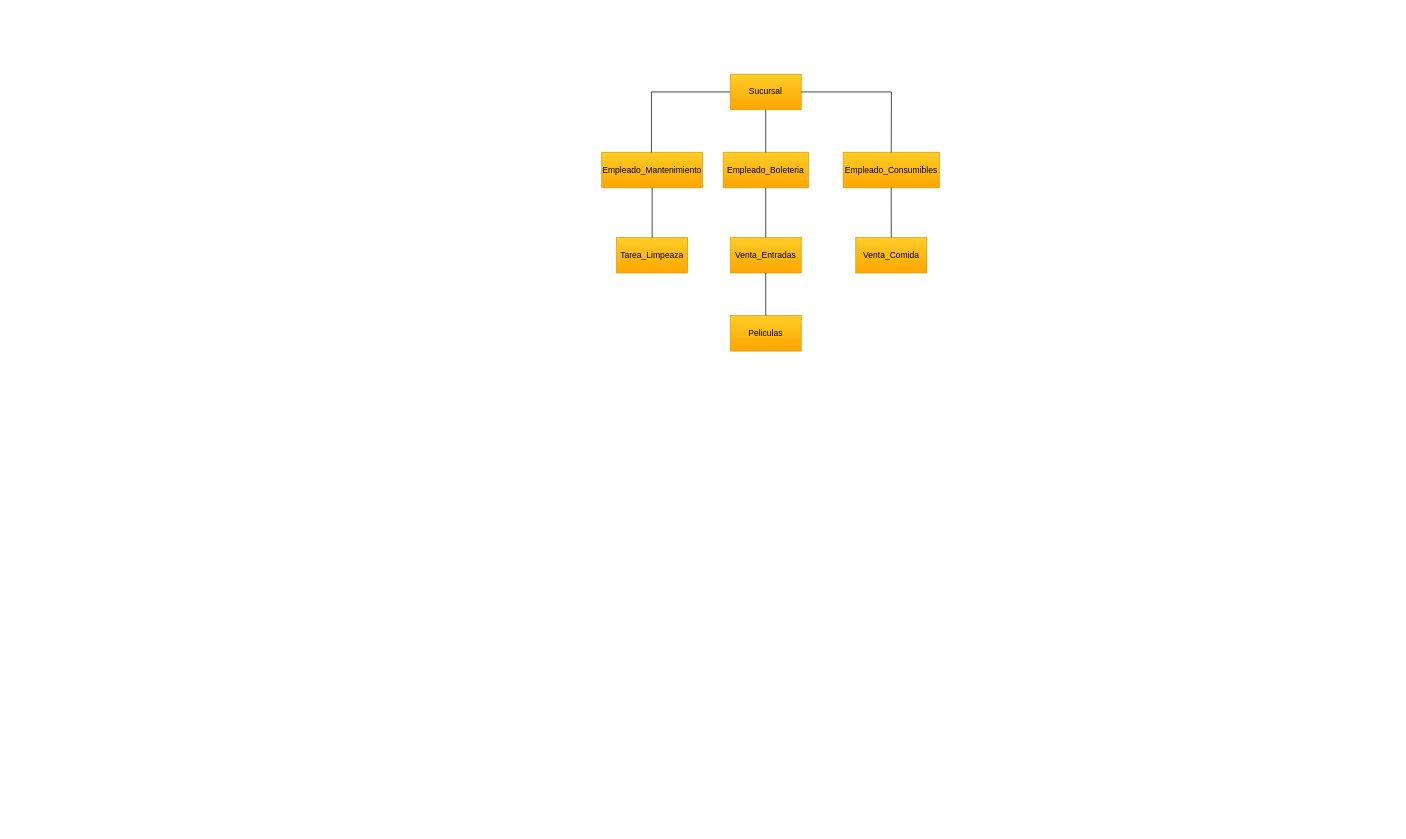
Before: ORGANIGRAMA.drawio in NahuelLV/Base-de-Datos, a draw.io diagram. Source tidied: cells renumbered, new cells numbered last; positions are measured from the earlier drawing's top-left corner, leaving out a move shared by most shapes. Both pictures are drawn from the tidied source at 71%, with x=0, y=0 at pixel (601, 74).
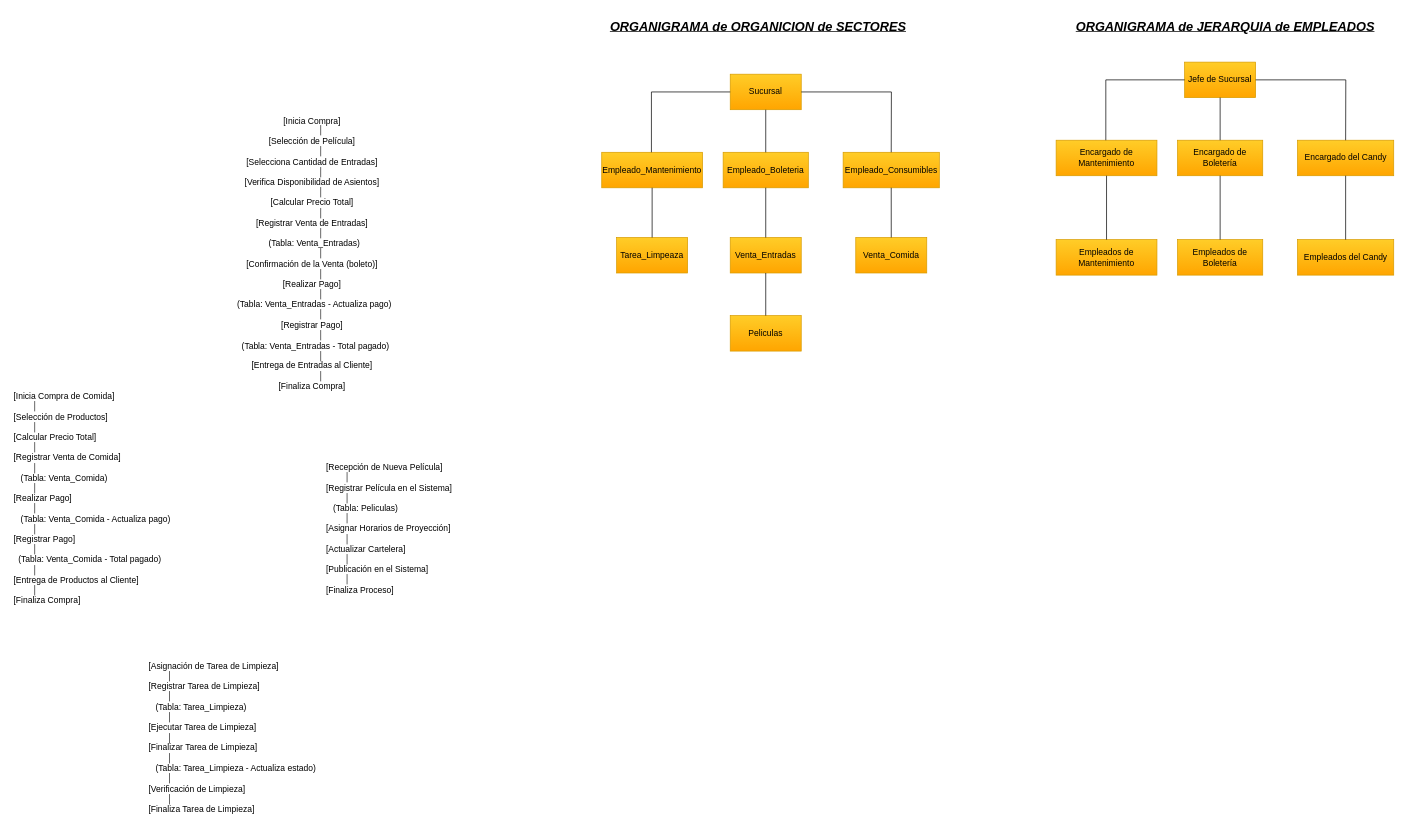
After the change.

The edit, as a diff of the source:
```diff
@@
+    <mxCell id="17" value="Encargado de Boletería" style="rounded=0;whiteSpace=wrap;html=1;fillColor=#ffcd28;gradientColor=#ffa500;strokeColor=#d79b00;" parent="1" vertex="1">
+      <mxGeometry x="811" y="93" width="120" height="50" as="geometry" />
+    </mxCell>
+    <mxCell id="18" value="Jefe de Sucursal" style="rounded=0;whiteSpace=wrap;html=1;fillColor=#ffcd28;gradientColor=#ffa500;strokeColor=#d79b00;" parent="1" vertex="1">
+      <mxGeometry x="821" y="-17" width="100" height="50" as="geometry" />
+    </mxCell>
+    <mxCell id="19" value="Encargado del Candy" style="rounded=0;whiteSpace=wrap;html=1;fillColor=#ffcd28;gradientColor=#ffa500;strokeColor=#d79b00;" parent="1" vertex="1">
+      <mxGeometry x="980" y="93" width="135.5" height="50" as="geometry" />
+    </mxCell>
+    <mxCell id="20" value="Encargado de Mantenimiento" style="rounded=0;whiteSpace=wrap;html=1;fillColor=#ffcd28;gradientColor=#ffa500;strokeColor=#d79b00;" parent="1" vertex="1">
+      <mxGeometry x="640" y="93" width="142" height="50" as="geometry" />
+    </mxCell>
+    <mxCell id="21" style="endArrow=none;html=1;rounded=0;entryX=0;entryY=0.5;entryDx=0;entryDy=0;" parent="1" edge="1" target="18">
+      <mxGeometry relative="1" as="geometry">
+        <mxPoint x="710" y="93" as="sourcePoint" />
+        <Array as="points">
+          <mxPoint x="710" y="8" />
+        </Array>
+      </mxGeometry>
+    </mxCell>
+    <mxCell id="22" style="endArrow=none;html=1;rounded=0;entryX=1;entryY=0.5;entryDx=0;entryDy=0;exitX=0.5;exitY=0;exitDx=0;exitDy=0;" parent="1" edge="1" source="19" target="18">
+      <mxGeometry relative="1" as="geometry">
+        <Array as="points">
+          <mxPoint x="1048" y="8" />
+        </Array>
+      </mxGeometry>
+    </mxCell>
+    <mxCell id="23" style="endArrow=none;html=1;rounded=0;entryX=0.5;entryY=1;entryDx=0;entryDy=0;exitX=0.5;exitY=0;exitDx=0;exitDy=0;" parent="1" edge="1" source="17" target="18">
+      <mxGeometry relative="1" as="geometry" />
+    </mxCell>
+    <mxCell id="24" value="&lt;font style=&quot;font-size: 18px;&quot;&gt;&lt;b&gt;&lt;i&gt;&lt;u&gt;ORGANIGRAMA de ORGANICION de SECTORES&lt;/u&gt;&lt;/i&gt;&lt;/b&gt;&lt;/font&gt;" style="text;html=1;align=center;verticalAlign=middle;strokeColor=none;fillColor=none;" parent="1" vertex="1">
+      <mxGeometry y="-87" width="440" height="40" as="geometry" />
+    </mxCell>
+    <mxCell id="25" value="&lt;font style=&quot;font-size: 18px;&quot;&gt;&lt;b&gt;&lt;i&gt;&lt;u&gt;ORGANIGRAMA de JERARQUIA de EMPLEADOS&lt;/u&gt;&lt;/i&gt;&lt;/b&gt;&lt;/font&gt;" style="text;html=1;align=center;verticalAlign=middle;strokeColor=none;fillColor=none;" parent="1" vertex="1">
+      <mxGeometry x="657.8" y="-87" width="440" height="40" as="geometry" />
+    </mxCell>
+    <mxCell id="26" value="Empleados de Boletería" style="rounded=0;whiteSpace=wrap;html=1;fillColor=#ffcd28;gradientColor=#ffa500;strokeColor=#d79b00;" parent="1" vertex="1">
+      <mxGeometry x="811" y="233" width="120" height="50" as="geometry" />
+    </mxCell>
+    <mxCell id="27" value="Empleados del Candy" style="rounded=0;whiteSpace=wrap;html=1;fillColor=#ffcd28;gradientColor=#ffa500;strokeColor=#d79b00;" parent="1" vertex="1">
+      <mxGeometry x="980" y="233" width="135.5" height="50" as="geometry" />
+    </mxCell>
+    <mxCell id="28" value="Empleados de Mantenimiento" style="rounded=0;whiteSpace=wrap;html=1;fillColor=#ffcd28;gradientColor=#ffa500;strokeColor=#d79b00;" parent="1" vertex="1">
+      <mxGeometry x="640" y="233" width="142" height="50" as="geometry" />
+    </mxCell>
+    <mxCell id="29" style="endArrow=none;html=1;rounded=0;entryX=0.5;entryY=1;entryDx=0;entryDy=0;exitX=0.5;exitY=0;exitDx=0;exitDy=0;" parent="1" edge="1" source="28" target="20">
+      <mxGeometry relative="1" as="geometry" />
+    </mxCell>
+    <mxCell id="30" style="endArrow=none;html=1;rounded=0;entryX=0.5;entryY=1;entryDx=0;entryDy=0;exitX=0.5;exitY=0;exitDx=0;exitDy=0;" parent="1" edge="1" source="26" target="17">
+      <mxGeometry relative="1" as="geometry" />
+    </mxCell>
+    <mxCell id="31" style="endArrow=none;html=1;rounded=0;entryX=0.5;entryY=1;entryDx=0;entryDy=0;exitX=0.5;exitY=0;exitDx=0;exitDy=0;" parent="1" edge="1" source="27" target="19">
+      <mxGeometry relative="1" as="geometry" />
+    </mxCell>
+    <mxCell id="32" value="&lt;div&gt;[Inicia Compra]&amp;nbsp;&amp;nbsp;&lt;/div&gt;&lt;div&gt;&amp;nbsp; &amp;nbsp; &amp;nbsp; &amp;nbsp; │&amp;nbsp;&amp;nbsp;&lt;/div&gt;&lt;div&gt;[Selección de Película]&amp;nbsp;&amp;nbsp;&lt;/div&gt;&lt;div&gt;&amp;nbsp; &amp;nbsp; &amp;nbsp; &amp;nbsp; │&amp;nbsp;&amp;nbsp;&lt;/div&gt;&lt;div&gt;[Selecciona Cantidad de Entradas]&amp;nbsp;&amp;nbsp;&lt;/div&gt;&lt;div&gt;&amp;nbsp; &amp;nbsp; &amp;nbsp; &amp;nbsp; │&amp;nbsp;&amp;nbsp;&lt;/div&gt;&lt;div&gt;[Verifica Disponibilidad de Asientos]&amp;nbsp;&amp;nbsp;&lt;/div&gt;&lt;div&gt;&amp;nbsp; &amp;nbsp; &amp;nbsp; &amp;nbsp; │&amp;nbsp;&amp;nbsp;&lt;/div&gt;&lt;div&gt;[Calcular Precio Total]&amp;nbsp;&amp;nbsp;&lt;/div&gt;&lt;div&gt;&amp;nbsp; &amp;nbsp; &amp;nbsp; &amp;nbsp; │&amp;nbsp;&amp;nbsp;&lt;/div&gt;&lt;div&gt;[Registrar Venta de Entradas]&amp;nbsp;&amp;nbsp;&lt;/div&gt;&lt;div&gt;&amp;nbsp; &amp;nbsp; &amp;nbsp; &amp;nbsp; │&amp;nbsp;&amp;nbsp;&lt;/div&gt;&lt;div&gt;&amp;nbsp; (Tabla: Venta_Entradas)&amp;nbsp;&amp;nbsp;&lt;/div&gt;&lt;div&gt;&amp;nbsp; &amp;nbsp; &amp;nbsp; &amp;nbsp; │&amp;nbsp;&amp;nbsp;&lt;/div&gt;&lt;div&gt;[Confirmación de la Venta (boleto)]&amp;nbsp;&amp;nbsp;&lt;/div&gt;&lt;div&gt;&amp;nbsp; &amp;nbsp; &amp;nbsp; &amp;nbsp; │&amp;nbsp;&amp;nbsp;&lt;/div&gt;&lt;div&gt;[Realizar Pago]&amp;nbsp;&amp;nbsp;&lt;/div&gt;&lt;div&gt;&amp;nbsp; &amp;nbsp; &amp;nbsp; &amp;nbsp; │&amp;nbsp;&amp;nbsp;&lt;/div&gt;&lt;div&gt;&amp;nbsp; (Tabla: Venta_Entradas - Actualiza pago)&amp;nbsp;&amp;nbsp;&lt;/div&gt;&lt;div&gt;&amp;nbsp; &amp;nbsp; &amp;nbsp; &amp;nbsp; │&amp;nbsp;&amp;nbsp;&lt;/div&gt;&lt;div&gt;[Registrar Pago]&amp;nbsp;&amp;nbsp;&lt;/div&gt;&lt;div&gt;&amp;nbsp; &amp;nbsp; &amp;nbsp; &amp;nbsp; │&amp;nbsp;&amp;nbsp;&lt;/div&gt;&lt;div&gt;&amp;nbsp; &amp;nbsp;(Tabla: Venta_Entradas - Total pagado)&amp;nbsp;&amp;nbsp;&lt;/div&gt;&lt;div&gt;&amp;nbsp; &amp;nbsp; &amp;nbsp; &amp;nbsp; │&amp;nbsp;&amp;nbsp;&lt;/div&gt;&lt;div&gt;[Entrega de Entradas al Cliente]&amp;nbsp;&amp;nbsp;&lt;/div&gt;&lt;div&gt;&amp;nbsp; &amp;nbsp; &amp;nbsp; &amp;nbsp; │&amp;nbsp;&amp;nbsp;&lt;/div&gt;&lt;div&gt;[Finaliza Compra]&amp;nbsp;&amp;nbsp;&lt;/div&gt;&lt;div&gt;&lt;br&gt;&lt;/div&gt;" style="text;html=1;align=center;verticalAlign=middle;strokeColor=none;fillColor=none;" parent="1" vertex="1">
+      <mxGeometry x="-530" y="50" width="250" height="420" as="geometry" />
+    </mxCell>
+    <mxCell id="33" value="[Inicia Compra de Comida]  &#10;        │  &#10;[Selección de Productos]  &#10;        │  &#10;[Calcular Precio Total]  &#10;        │  &#10;[Registrar Venta de Comida]  &#10;        │  &#10;   (Tabla: Venta_Comida)  &#10;        │  &#10;[Realizar Pago]  &#10;        │  &#10;   (Tabla: Venta_Comida - Actualiza pago)  &#10;        │  &#10;[Registrar Pago]  &#10;        │  &#10;  (Tabla: Venta_Comida - Total pagado)  &#10;        │  &#10;[Entrega de Productos al Cliente]  &#10;        │  &#10;[Finaliza Compra]" style="text;whiteSpace=wrap;" parent="1" vertex="1">
+      <mxGeometry x="-830" y="440" width="260" height="330" as="geometry" />
+    </mxCell>
+    <mxCell id="34" value="[Asignación de Tarea de Limpieza]  &#10;        │  &#10;[Registrar Tarea de Limpieza]  &#10;        │  &#10;   (Tabla: Tarea_Limpieza)  &#10;        │  &#10;[Ejecutar Tarea de Limpieza]  &#10;        │  &#10;[Finalizar Tarea de Limpieza]  &#10;        │  &#10;   (Tabla: Tarea_Limpieza - Actualiza estado)  &#10;        │  &#10;[Verificación de Limpieza]  &#10;        │  &#10;[Finaliza Tarea de Limpieza]" style="text;whiteSpace=wrap;" parent="1" vertex="1">
+      <mxGeometry x="-640" y="820" width="280" height="240" as="geometry" />
+    </mxCell>
+    <mxCell id="35" value="[Recepción de Nueva Película]  &#10;        │  &#10;[Registrar Película en el Sistema]  &#10;        │  &#10;   (Tabla: Peliculas)  &#10;        │  &#10;[Asignar Horarios de Proyección]  &#10;        │  &#10;[Actualizar Cartelera]  &#10;        │  &#10;[Publicación en el Sistema]  &#10;        │  &#10;[Finaliza Proceso]" style="text;whiteSpace=wrap;" parent="1" vertex="1">
+      <mxGeometry x="-390" y="540" width="220" height="210" as="geometry" />
+    </mxCell>
```
